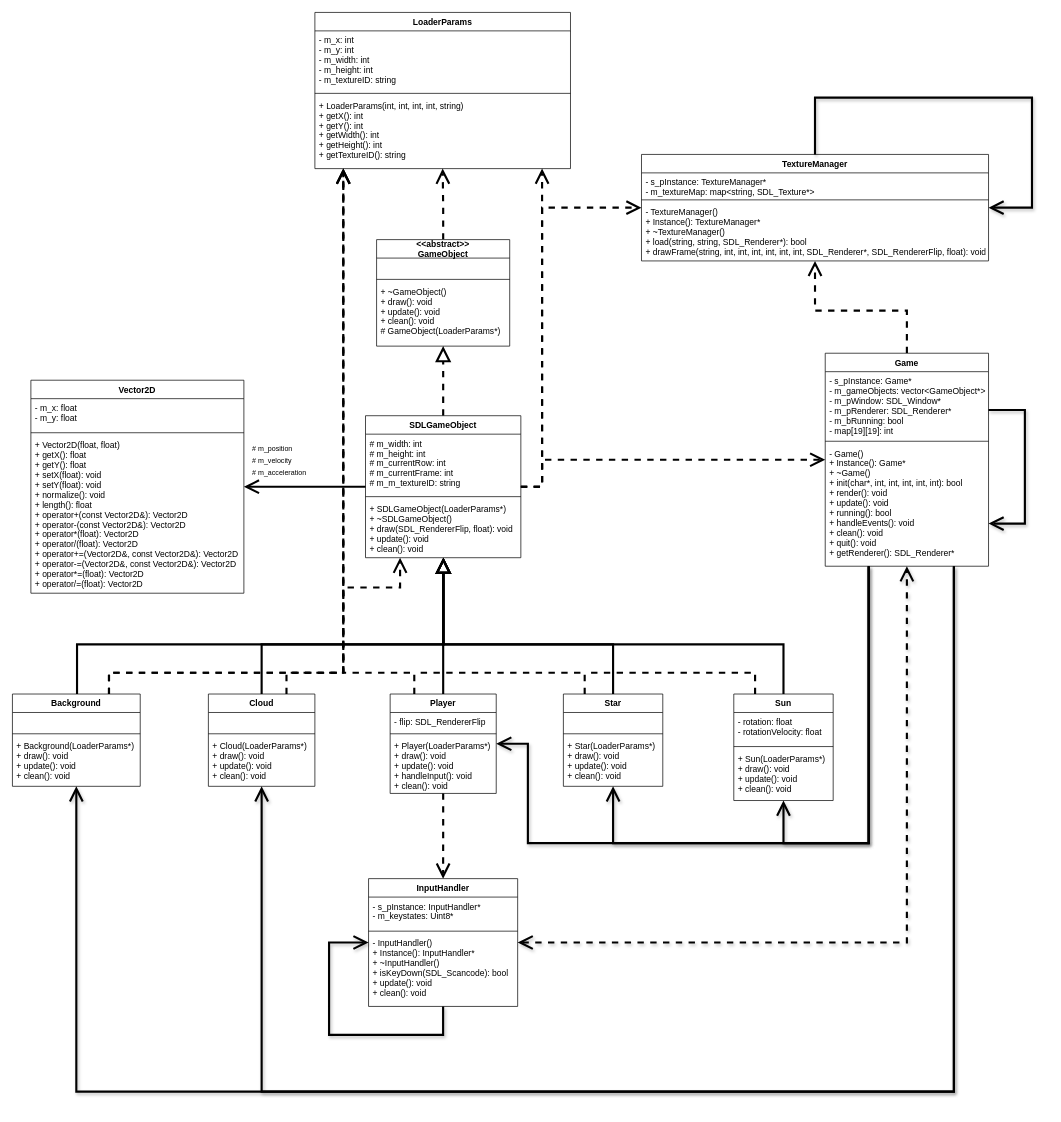
Earlier version of the draw.io diagram UML.drawio (cek516201/Homework1-25). Source tidied: cells renumbered, new cells numbered last; positions are measured from the earlier drawing's top-left corner, leaving out a move shared by most shapes. Both pictures are drawn from the tidied source at 71%, with x=0, y=0 at pixel (12, 12).
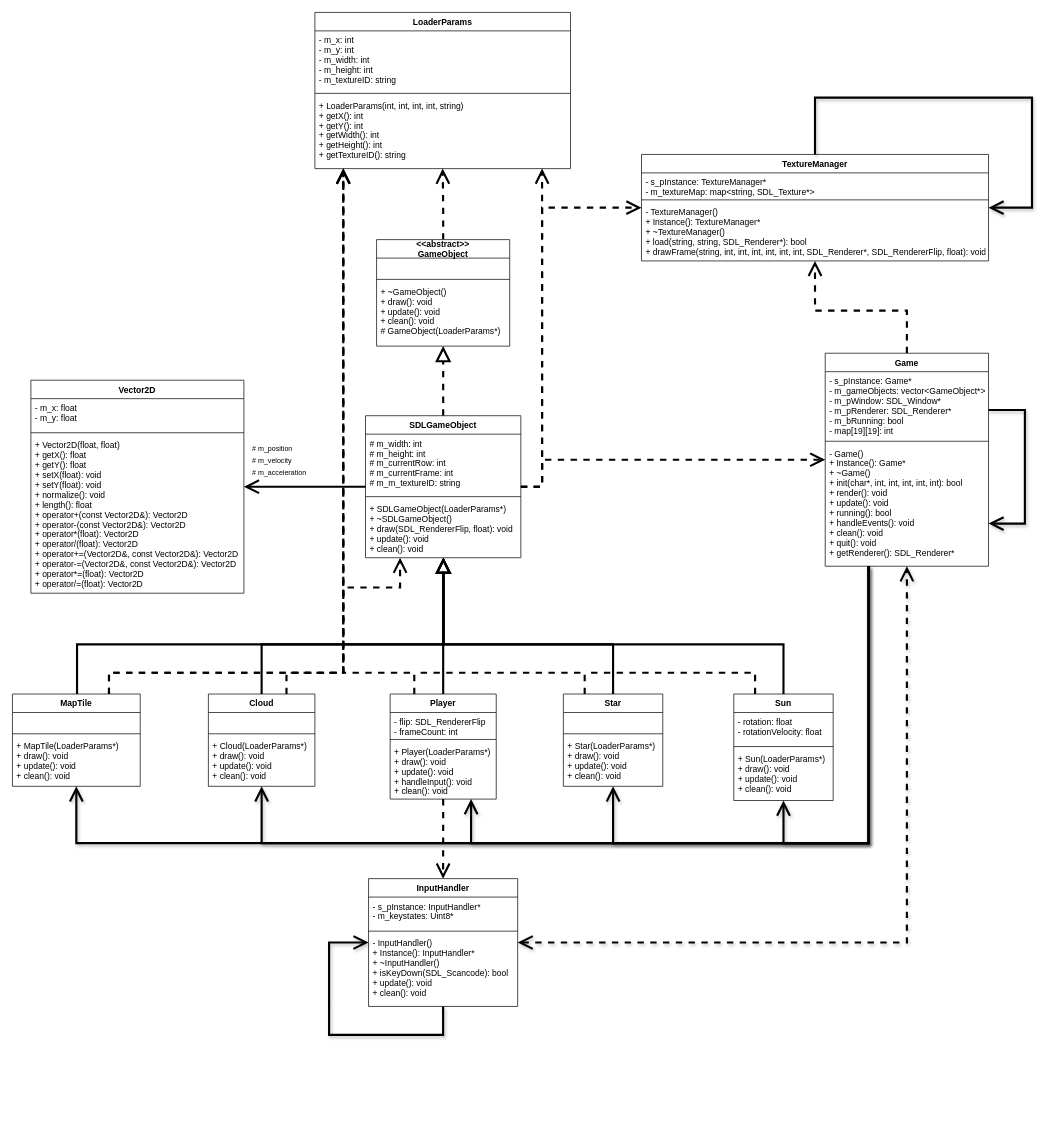
The same page after the edit.

Unchanged cells that the change refers to:
```xml
<mxCell id="5" value="Cloud" style="swimlane;fontStyle=1;align=center;verticalAlign=top;horizontal=1;startSize=26;" parent="1" vertex="1">
  <mxGeometry x="276" y="960" width="150" height="130" as="geometry" />
</mxCell>
<mxCell id="71" value="Game" style="swimlane;fontStyle=1;align=center;verticalAlign=top;horizontal=1;startSize=26;" parent="1" vertex="1">
  <mxGeometry x="1144.8" y="480" width="230" height="300" as="geometry" />
</mxCell>
```

Diff of the diagram source:
```diff
@@
     <mxCell id="21" value="Player" style="swimlane;fontStyle=1;align=center;verticalAlign=top;horizontal=1;startSize=26;" parent="1" vertex="1">
-      <mxGeometry x="532" y="960" width="149.4" height="140" as="geometry" />
+      <mxGeometry x="532" y="960" width="149.4" height="148" as="geometry" />
     </mxCell>
-    <mxCell id="22" value="- flip: SDL_RendererFlip" style="text;strokeColor=none;fillColor=none;align=left;verticalAlign=top;spacingLeft=4;spacingRight=4;overflow=hidden;" parent="21" vertex="1">
-      <mxGeometry y="26" width="149.4" height="26" as="geometry" />
+    <mxCell id="22" value="- flip: SDL_RendererFlip&#10;- frameCount: int" style="text;strokeColor=none;fillColor=none;align=left;verticalAlign=top;spacingLeft=4;spacingRight=4;overflow=hidden;" parent="21" vertex="1">
+      <mxGeometry y="26" width="149.4" height="34" as="geometry" />
     </mxCell>
     <mxCell id="23" style="line;strokeWidth=1;fillColor=none;align=left;verticalAlign=middle;spacingTop=-1;spacingLeft=3;spacingRight=3;labelPosition=right;" parent="21" vertex="1">
-      <mxGeometry y="52" width="149.4" height="8" as="geometry" />
+      <mxGeometry y="60" width="149.4" height="8" as="geometry" />
     </mxCell>
     <mxCell id="24" value="+ Player(LoaderParams*)&#10;+ draw(): void&#10;+ update(): void&#10;+ handleInput(): void&#10;+ clean(): void" style="text;strokeColor=none;fillColor=none;align=left;verticalAlign=top;spacingLeft=4;spacingRight=4;overflow=hidden;" parent="21" vertex="1">
-      <mxGeometry y="60" width="149.4" height="80" as="geometry" />
+      <mxGeometry y="68" width="149.4" height="80" as="geometry" />
     </mxCell>
@@
-    <mxCell id="57" value="Background" style="swimlane;fontStyle=1;align=center;verticalAlign=top;horizontal=1;startSize=26;" parent="1" vertex="1">
+    <mxCell id="57" value="MapTile" style="swimlane;fontStyle=1;align=center;verticalAlign=top;horizontal=1;startSize=26;" parent="1" vertex="1">
       <mxGeometry y="960" width="180" height="130" as="geometry" />
     </mxCell>
@@
-    <mxCell id="60" value="+ Background(LoaderParams*)&#10;+ draw(): void&#10;+ update(): void&#10;+ clean(): void" style="text;strokeColor=none;fillColor=none;align=left;verticalAlign=top;spacingLeft=4;spacingRight=4;overflow=hidden;" parent="57" vertex="1">
+    <mxCell id="60" value="+ MapTile(LoaderParams*)&#10;+ draw(): void&#10;+ update(): void&#10;+ clean(): void" style="text;strokeColor=none;fillColor=none;align=left;verticalAlign=top;spacingLeft=4;spacingRight=4;overflow=hidden;" parent="57" vertex="1">
       <mxGeometry y="60" width="180" height="70" as="geometry" />
     </mxCell>
@@
-    <mxCell id="68" style="edgeStyle=orthogonalEdgeStyle;rounded=0;jettySize=auto;html=1;shadow=1;startArrow=none;startFill=0;endArrow=open;endFill=0;startSize=0;endSize=15;strokeWidth=3;" parent="1" edge="1" source="71" target="21">
+    <mxCell id="68" style="edgeStyle=orthogonalEdgeStyle;rounded=0;jettySize=auto;html=1;strokeWidth=3;endSize=15;endArrow=open;endFill=0;startSize=0;shadow=1;" parent="1" edge="1" source="71" target="21">
       <mxGeometry relative="1" as="geometry">
         <Array as="points">
           <mxPoint x="1206" y="1170" />
-          <mxPoint x="726" y="1170" />
-          <mxPoint x="726" y="1030" />
+          <mxPoint x="646" y="1170" />
         </Array>
       </mxGeometry>
     </mxCell>
-    <mxCell id="69" style="edgeStyle=orthogonalEdgeStyle;rounded=0;jettySize=auto;html=1;shadow=1;startArrow=none;startFill=0;endArrow=open;endFill=0;startSize=0;endSize=15;strokeWidth=3;" parent="1" edge="1" source="71" target="5">
+    <mxCell id="69" style="edgeStyle=orthogonalEdgeStyle;rounded=0;jettySize=auto;html=1;shadow=1;endArrow=open;endFill=0;startSize=0;endSize=15;strokeWidth=3;" parent="1" edge="1" source="71" target="5">
       <mxGeometry relative="1" as="geometry">
         <Array as="points">
-          <mxPoint x="1326" y="1520" />
-          <mxPoint x="351" y="1520" />
+          <mxPoint x="1206" y="1170" />
+          <mxPoint x="351" y="1170" />
         </Array>
       </mxGeometry>
     </mxCell>
-    <mxCell id="70" style="edgeStyle=orthogonalEdgeStyle;rounded=0;jettySize=auto;html=1;shadow=1;startArrow=none;startFill=0;endArrow=open;endFill=0;startSize=0;endSize=15;strokeWidth=3;" parent="1" edge="1" source="71" target="57">
+    <mxCell id="70" style="edgeStyle=orthogonalEdgeStyle;rounded=0;jettySize=auto;html=1;shadow=1;endArrow=open;endFill=0;startSize=0;endSize=15;strokeWidth=3;" parent="1" edge="1" source="71" target="57">
       <mxGeometry relative="1" as="geometry">
         <Array as="points">
-          <mxPoint x="1326" y="1520" />
-          <mxPoint x="90" y="1520" />
+          <mxPoint x="1206" y="1170" />
+          <mxPoint x="90" y="1170" />
         </Array>
       </mxGeometry>
     </mxCell>
```
